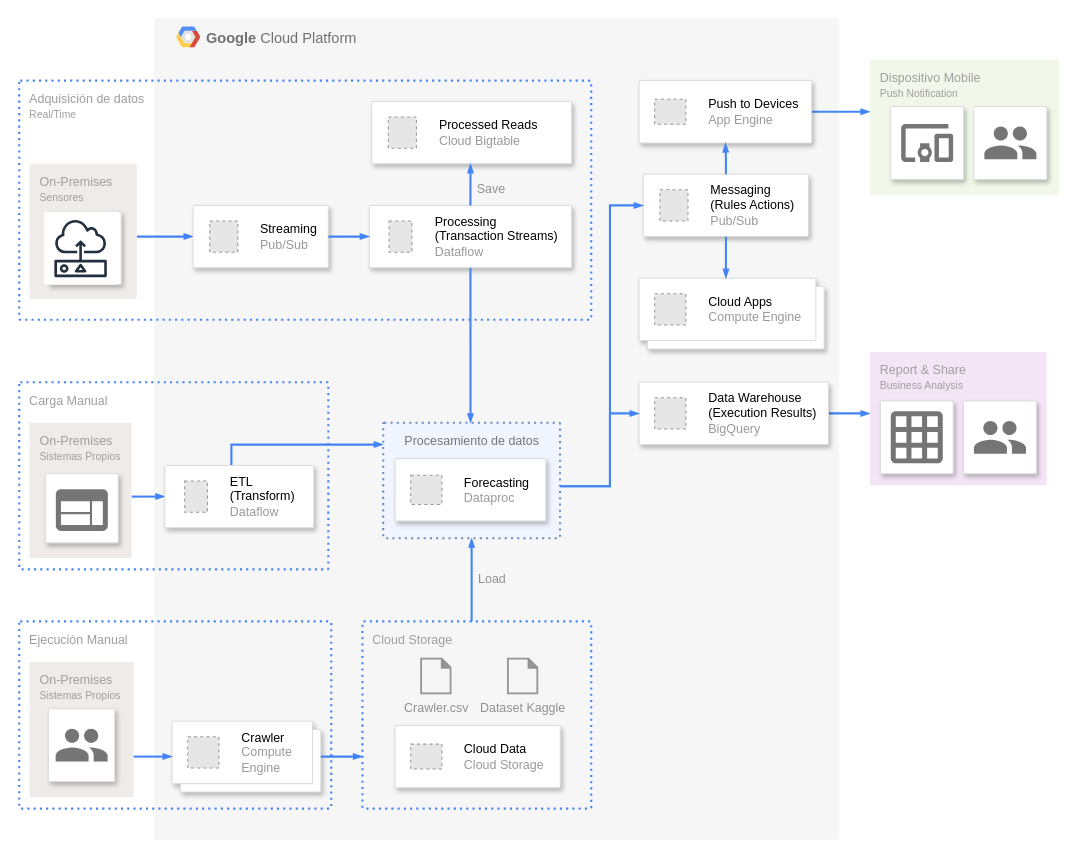
andresRah/agrofarmpi-site keeps this draw.io diagram as Architecture.drawio. Above is the earlier version. Source tidied: cells renumbered, new cells numbered last; positions are measured from the earlier drawing's top-left corner, leaving out a move shared by most shapes. Both pictures are drawn from the tidied source at 104%, with x=0, y=0 at pixel (19, 18). Pictures stored in the file or linked from it are replaced by grey dashed boxes.
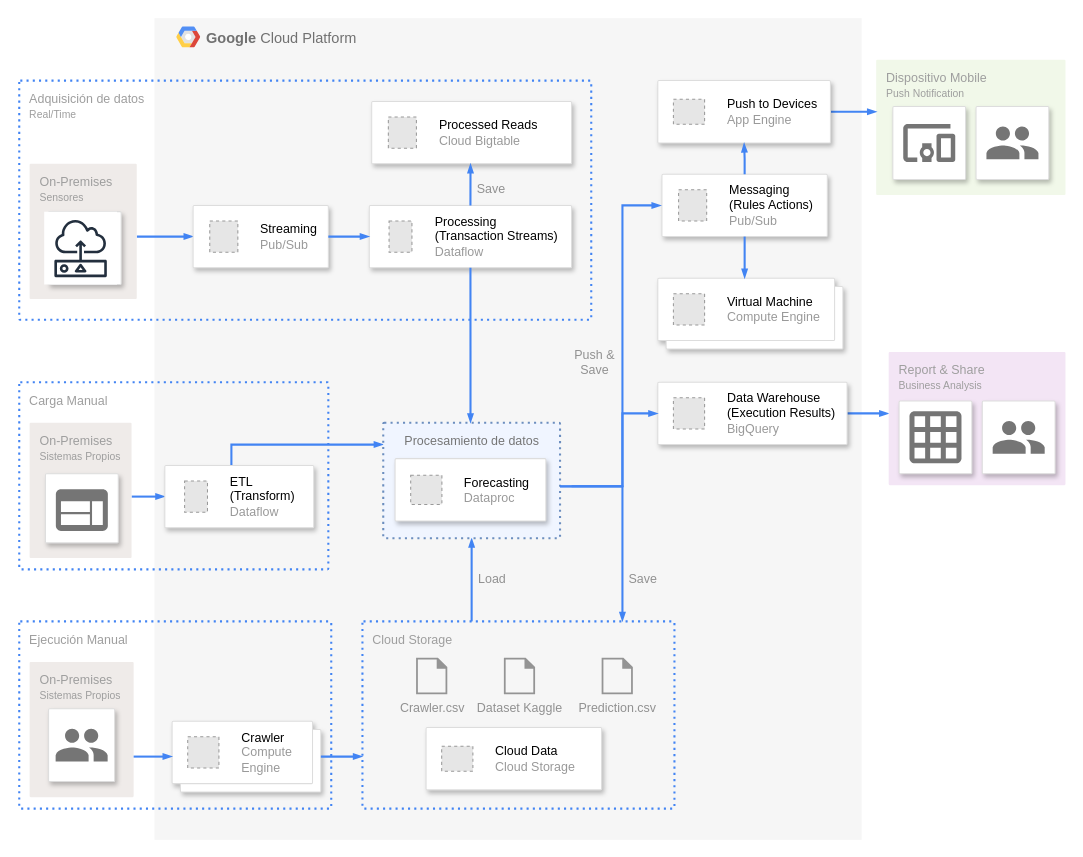
The same page after the edit.

The change refers to these unchanged cells:
```xml
<mxCell id="57" value="&lt;font color=&quot;#757575&quot;&gt;Procesamiento de datos&lt;/font&gt;" style="rounded=1;absoluteArcSize=1;arcSize=2;html=1;strokeColor=#6c8ebf;shadow=0;dashed=1;fontSize=12;align=center;verticalAlign=top;spacing=10;spacingTop=-4;fillColor=#F0F5FF;dashPattern=1 2;strokeWidth=2;fontStyle=0;" parent="1" vertex="1">
  <mxGeometry x="350" y="389" width="170" height="111" as="geometry" />
</mxCell>
```

What changed in the source:
```diff
@@
+    <mxCell id="15" value="Dispositivo Mobile&lt;br&gt;&lt;font style=&quot;font-size: 10px&quot;&gt;Push Notification&lt;/font&gt;" style="rounded=1;absoluteArcSize=1;arcSize=2;html=1;strokeColor=none;gradientColor=none;shadow=0;dashed=0;fontSize=12;fontColor=#9E9E9E;align=left;verticalAlign=top;spacing=10;spacingTop=-4;fillColor=#F1F8E9;" parent="1" vertex="1">
+      <mxGeometry x="824" y="40" width="182" height="130" as="geometry" />
+    </mxCell>
     <mxCell id="2" value="&lt;b&gt;Google &lt;/b&gt;Cloud Platform" style="fillColor=#F6F6F6;strokeColor=none;shadow=0;gradientColor=none;fontSize=14;align=left;spacing=10;fontColor=#717171;9E9E9E;verticalAlign=top;spacingTop=-4;fontStyle=0;spacingLeft=40;html=1;" parent="1" vertex="1">
-      <mxGeometry x="130" width="658" height="790" as="geometry" />
+      <mxGeometry x="130" width="680" height="790" as="geometry" />
     </mxCell>
     <mxCell id="3" value="Cloud Storage" style="rounded=1;absoluteArcSize=1;arcSize=2;html=1;strokeColor=#4284F3;gradientColor=none;shadow=0;dashed=1;fontSize=12;fontColor=#9E9E9E;align=left;verticalAlign=top;spacing=10;spacingTop=-4;fillColor=none;dashPattern=1 2;strokeWidth=2;" parent="1" vertex="1">
-      <mxGeometry x="330" y="580" width="220" height="180" as="geometry" />
+      <mxGeometry x="330" y="580" width="300" height="180" as="geometry" />
     </mxCell>
@@
-    <mxCell id="13" style="edgeStyle=orthogonalEdgeStyle;rounded=0;html=1;dashed=0;labelBackgroundColor=none;startArrow=none;startFill=0;startSize=4;endArrow=blockThin;endFill=1;endSize=4;strokeColor=#4284F3;strokeWidth=2;fontSize=12;" parent="1" edge="1" source="47" target="15">
-      <mxGeometry relative="1" as="geometry">
-        <Array as="points">
-          <mxPoint x="905" y="90" />
-        </Array>
-      </mxGeometry>
+    <mxCell id="13" style="edgeStyle=orthogonalEdgeStyle;rounded=0;html=1;dashed=0;labelBackgroundColor=none;startArrow=none;startFill=0;startSize=4;endArrow=blockThin;endFill=1;endSize=4;strokeColor=#4284F3;strokeWidth=2;fontSize=12;exitX=1;exitY=0.5;exitDx=0;exitDy=0;entryX=0.002;entryY=0.384;entryDx=0;entryDy=0;entryPerimeter=0;" parent="1" edge="1" source="47" target="15">
+      <mxGeometry relative="1" as="geometry" />
     </mxCell>
@@
-    <mxCell id="15" value="Dispositivo Mobile&lt;br&gt;&lt;font style=&quot;font-size: 10px&quot;&gt;Push Notification&lt;/font&gt;" style="rounded=1;absoluteArcSize=1;arcSize=2;html=1;strokeColor=none;gradientColor=none;shadow=0;dashed=0;fontSize=12;fontColor=#9E9E9E;align=left;verticalAlign=top;spacing=10;spacingTop=-4;fillColor=#F1F8E9;" parent="1" vertex="1">
-      <mxGeometry x="818" y="40" width="182" height="130" as="geometry" />
-    </mxCell>
     <mxCell id="16" style="strokeColor=#dddddd;fillColor=#ffffff;shadow=1;strokeWidth=1;rounded=1;absoluteArcSize=1;arcSize=2;labelPosition=center;verticalLabelPosition=middle;align=center;verticalAlign=bottom;spacingLeft=0;fontColor=#999999;fontSize=12;whiteSpace=wrap;spacingBottom=2;html=1;" parent="1" vertex="1">
-      <mxGeometry x="838" y="85" width="70" height="70" as="geometry" />
+      <mxGeometry x="840" y="85" width="70" height="70" as="geometry" />
     </mxCell>
@@
     <mxCell id="18" value="Report &amp;amp; Share&lt;br&gt;&lt;font style=&quot;font-size: 10px&quot;&gt;Business Analysis&lt;/font&gt;&lt;br&gt;" style="rounded=1;absoluteArcSize=1;arcSize=2;html=1;strokeColor=none;gradientColor=none;shadow=0;dashed=0;fontSize=12;fontColor=#9E9E9E;align=left;verticalAlign=top;spacing=10;spacingTop=-4;fillColor=#F3E5F5;" parent="1" vertex="1">
-      <mxGeometry x="818" y="321" width="170" height="128" as="geometry" />
+      <mxGeometry x="836" y="321" width="170" height="128" as="geometry" />
     </mxCell>
     <mxCell id="19" style="strokeColor=#dddddd;fillColor=#ffffff;shadow=1;strokeWidth=1;rounded=1;absoluteArcSize=1;arcSize=2;labelPosition=center;verticalLabelPosition=middle;align=center;verticalAlign=bottom;spacingLeft=0;fontColor=#999999;fontSize=12;whiteSpace=wrap;spacingBottom=2;html=1;" parent="1" vertex="1">
-      <mxGeometry x="828" y="368" width="70" height="70" as="geometry" />
+      <mxGeometry x="846" y="368" width="70" height="70" as="geometry" />
     </mxCell>
@@
     <mxCell id="21" style="strokeColor=#dddddd;fillColor=#ffffff;shadow=1;strokeWidth=1;rounded=1;absoluteArcSize=1;arcSize=2;labelPosition=center;verticalLabelPosition=middle;align=center;verticalAlign=bottom;spacingLeft=0;fontColor=#999999;fontSize=12;whiteSpace=wrap;spacingBottom=2;html=1;" parent="1" vertex="1">
-      <mxGeometry x="908" y="368" width="70" height="70" as="geometry" />
+      <mxGeometry x="926" y="368" width="70" height="70" as="geometry" />
     </mxCell>
@@
     <mxCell id="30" style="strokeColor=#dddddd;fillColor=#ffffff;shadow=1;strokeWidth=1;rounded=1;absoluteArcSize=1;arcSize=2;labelPosition=center;verticalLabelPosition=middle;align=center;verticalAlign=bottom;spacingLeft=0;fontColor=#999999;fontSize=12;whiteSpace=wrap;spacingBottom=2;html=1;" parent="1" vertex="1">
-      <mxGeometry x="918" y="85" width="70" height="70" as="geometry" />
+      <mxGeometry x="920" y="85" width="70" height="70" as="geometry" />
     </mxCell>
@@
     <mxCell id="34" style="strokeColor=#dddddd;shadow=1;strokeWidth=1;rounded=1;absoluteArcSize=1;arcSize=2;" parent="1" vertex="1">
-      <mxGeometry x="361.4" y="680" width="158.8" height="60" as="geometry" />
+      <mxGeometry x="391.2" y="682" width="168.8" height="60" as="geometry" />
     </mxCell>
@@
     <mxCell id="42" value="&lt;font color=&quot;#919191&quot;&gt;Dataset Kaggle&lt;/font&gt;" style="sketch=0;shadow=0;dashed=0;html=1;strokeColor=none;fillColor=#949494;labelPosition=center;verticalLabelPosition=bottom;verticalAlign=top;align=center;shape=mxgraph.office.concepts.document_blank;" parent="1" vertex="1">
-      <mxGeometry x="469" y="615" width="30" height="35" as="geometry" />
+      <mxGeometry x="466" y="615" width="30" height="35" as="geometry" />
     </mxCell>
     <mxCell id="43" value="&lt;font color=&quot;#919191&quot;&gt;Crawler.csv&lt;/font&gt;" style="sketch=0;shadow=0;dashed=0;html=1;strokeColor=none;fillColor=#949494;labelPosition=center;verticalLabelPosition=bottom;verticalAlign=top;align=center;shape=mxgraph.office.concepts.document_blank;" parent="1" vertex="1">
-      <mxGeometry x="385.6" y="615" width="30" height="35" as="geometry" />
+      <mxGeometry x="381.6" y="615" width="30" height="35" as="geometry" />
     </mxCell>
@@
     <mxCell id="47" style="strokeColor=#dddddd;shadow=1;strokeWidth=1;rounded=1;absoluteArcSize=1;arcSize=2;" parent="1" vertex="1">
-      <mxGeometry x="596" y="60" width="166" height="60" as="geometry" />
+      <mxGeometry x="614" y="60" width="166" height="60" as="geometry" />
     </mxCell>
@@
     <mxCell id="49" style="strokeColor=#dddddd;shadow=1;strokeWidth=1;rounded=1;absoluteArcSize=1;arcSize=2;" parent="1" vertex="1">
-      <mxGeometry x="600" y="150" width="159" height="60" as="geometry" />
+      <mxGeometry x="618" y="150" width="159" height="60" as="geometry" />
     </mxCell>
@@
     <mxCell id="52" style="shape=mxgraph.gcp2.doubleRect;strokeColor=#dddddd;shadow=1;strokeWidth=1;rounded=1;absoluteArcSize=1;arcSize=2;" parent="1" vertex="1">
-      <mxGeometry x="596" y="250" width="178" height="68" as="geometry" />
+      <mxGeometry x="614" y="250" width="178" height="68" as="geometry" />
     </mxCell>
-    <mxCell id="53" value="&lt;font color=&quot;#000000&quot;&gt;Cloud Apps&lt;/font&gt;&lt;br&gt;Compute Engine" style="fillColor=#E6E6E6;strokeColor=#999999;dashed=1;html=1;fontColor=#999999;verticalLabelPosition=middle;verticalAlign=middle;labelPosition=right;align=left;spacingLeft=20;" parent="52" vertex="1">
+    <mxCell id="53" value="&lt;font color=&quot;#000000&quot;&gt;Virtual Machine&lt;/font&gt;&lt;br&gt;Compute Engine" style="fillColor=#E6E6E6;strokeColor=#999999;dashed=1;html=1;fontColor=#999999;verticalLabelPosition=middle;verticalAlign=middle;labelPosition=right;align=left;spacingLeft=20;" parent="52" vertex="1">
       <mxGeometry width="30" height="30" relative="1" as="geometry">
         <mxPoint x="15" y="15" as="offset" />
       </mxGeometry>
     </mxCell>
     <mxCell id="54" style="edgeStyle=orthogonalEdgeStyle;rounded=0;html=1;dashed=0;labelBackgroundColor=none;startArrow=none;startFill=0;startSize=4;endArrow=blockThin;endFill=1;endSize=4;strokeColor=#4284F3;strokeWidth=2;fontSize=12;" parent="1" edge="1" source="49" target="52">
       <mxGeometry relative="1" as="geometry">
         <Array as="points">
-          <mxPoint x="684" y="250" />
-          <mxPoint x="684" y="250" />
+          <mxPoint x="690" y="250" />
+          <mxPoint x="690" y="250" />
         </Array>
       </mxGeometry>
     </mxCell>
     <mxCell id="55" style="strokeColor=#dddddd;shadow=1;strokeWidth=1;rounded=1;absoluteArcSize=1;arcSize=2;" parent="1" vertex="1">
-      <mxGeometry x="596" y="350" width="182" height="60" as="geometry" />
+      <mxGeometry x="614" y="350" width="182" height="60" as="geometry" />
     </mxCell>
@@
     <mxCell id="58" style="edgeStyle=orthogonalEdgeStyle;rounded=0;html=1;dashed=0;labelBackgroundColor=none;startArrow=none;startFill=0;startSize=4;endArrow=blockThin;endFill=1;endSize=4;strokeColor=#4284F3;strokeWidth=2;fontSize=12;" parent="1" edge="1" source="57" target="55">
       <mxGeometry relative="1" as="geometry">
         <Array as="points">
-          <mxPoint x="568" y="450" />
-          <mxPoint x="568" y="380" />
+          <mxPoint x="580" y="450" />
+          <mxPoint x="580" y="380" />
         </Array>
       </mxGeometry>
     </mxCell>
-    <mxCell id="59" style="edgeStyle=orthogonalEdgeStyle;rounded=0;html=1;dashed=0;labelBackgroundColor=none;startArrow=none;startFill=0;startSize=4;endArrow=blockThin;endFill=1;endSize=4;strokeColor=#4284F3;strokeWidth=2;fontSize=12;" parent="1" edge="1" source="57" target="49">
+    <mxCell id="59" style="edgeStyle=orthogonalEdgeStyle;rounded=0;html=1;dashed=0;labelBackgroundColor=none;startArrow=none;startFill=0;startSize=4;endArrow=blockThin;endFill=1;endSize=4;strokeColor=#4284F3;strokeWidth=2;fontSize=12;" parent="1" edge="1">
       <mxGeometry relative="1" as="geometry">
+        <mxPoint x="531.1" y="450" as="sourcePoint" />
+        <mxPoint x="617.1" y="180" as="targetPoint" />
         <Array as="points">
-          <mxPoint x="568" y="450" />
-          <mxPoint x="568" y="180" />
+          <mxPoint x="580" y="450" />
+          <mxPoint x="580" y="180" />
         </Array>
       </mxGeometry>
     </mxCell>
@@
+    <mxCell id="71" value="&lt;font color=&quot;#919191&quot;&gt;Prediction.csv&lt;/font&gt;" style="sketch=0;shadow=0;dashed=0;html=1;strokeColor=none;fillColor=#949494;labelPosition=center;verticalLabelPosition=bottom;verticalAlign=top;align=center;shape=mxgraph.office.concepts.document_blank;" parent="1" vertex="1">
+      <mxGeometry x="560" y="615" width="30" height="35" as="geometry" />
+    </mxCell>
+    <mxCell id="72" style="edgeStyle=orthogonalEdgeStyle;rounded=0;html=1;dashed=0;labelBackgroundColor=none;startArrow=none;startFill=0;startSize=4;endArrow=blockThin;endFill=1;endSize=4;strokeColor=#4284F3;strokeWidth=2;fontSize=12;exitX=0.999;exitY=0.561;exitDx=0;exitDy=0;exitPerimeter=0;" parent="1" edge="1">
+      <mxGeometry relative="1" as="geometry">
+        <mxPoint x="520" y="450.3" as="sourcePoint" />
+        <mxPoint x="580" y="580" as="targetPoint" />
+        <Array as="points">
+          <mxPoint x="580" y="450" />
+        </Array>
+      </mxGeometry>
+    </mxCell>
+    <mxCell id="73" value="Save" style="text;html=1;align=center;verticalAlign=middle;whiteSpace=wrap;rounded=0;fontColor=#919191;" parent="1" vertex="1">
+      <mxGeometry x="582" y="530" width="36" height="20" as="geometry" />
+    </mxCell>
+    <mxCell id="74" value="Push &amp;amp;&lt;br&gt;Save" style="text;html=1;align=center;verticalAlign=middle;whiteSpace=wrap;rounded=0;fontColor=#919191;" parent="1" vertex="1">
+      <mxGeometry x="517" y="321" width="73.1" height="20" as="geometry" />
+    </mxCell>
```
